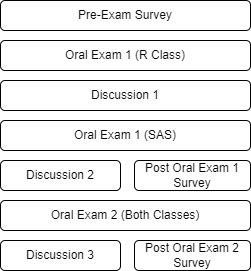
mjferrell94/Oral-Exam-Project- keeps this draw.io diagram as Oral_Exam_Flow_Chart.drawio.png. Above is the earlier version. Source tidied: cells renumbered, new cells last; positions are measured from the earlier drawing's top-left corner, leaving out a move shared by most shapes.
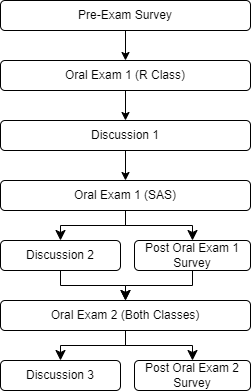
Above is the later version.

The edit, as a diff of the source:
```diff
@@ -3,31 +3,58 @@
     <mxCell id="0" />
     <mxCell id="1" parent="0" />
     <mxCell id="2" value="Pre-Exam Survey" style="rounded=1;whiteSpace=wrap;html=1;" parent="1" vertex="1">
-      <mxGeometry width="250" height="30" as="geometry" />
+      <mxGeometry y="-30" width="250" height="30" as="geometry" />
     </mxCell>
     <mxCell id="3" value="Discussion 1" style="rounded=1;whiteSpace=wrap;html=1;" parent="1" vertex="1">
-      <mxGeometry y="80" width="250" height="30" as="geometry" />
+      <mxGeometry y="90" width="250" height="30" as="geometry" />
     </mxCell>
     <mxCell id="4" value="Oral Exam 1 (SAS)" style="rounded=1;whiteSpace=wrap;html=1;" parent="1" vertex="1">
-      <mxGeometry y="120" width="250" height="30" as="geometry" />
+      <mxGeometry y="150" width="250" height="30" as="geometry" />
     </mxCell>
     <mxCell id="5" value="Oral Exam 1 (R Class)" style="rounded=1;whiteSpace=wrap;html=1;" parent="1" vertex="1">
-      <mxGeometry y="40" width="250" height="30" as="geometry" />
+      <mxGeometry y="30" width="250" height="30" as="geometry" />
     </mxCell>
     <mxCell id="6" value="Post Oral Exam 1 Survey" style="rounded=1;whiteSpace=wrap;html=1;" parent="1" vertex="1">
-      <mxGeometry x="134" y="160" width="116" height="30" as="geometry" />
+      <mxGeometry x="134" y="210" width="116" height="30" as="geometry" />
     </mxCell>
     <mxCell id="7" value="Discussion 2" style="rounded=1;whiteSpace=wrap;html=1;" parent="1" vertex="1">
-      <mxGeometry y="160" width="120" height="30" as="geometry" />
+      <mxGeometry y="210" width="120" height="30" as="geometry" />
     </mxCell>
     <mxCell id="8" value="Oral Exam 2 (Both Classes)" style="rounded=1;whiteSpace=wrap;html=1;" parent="1" vertex="1">
-      <mxGeometry y="200" width="250" height="30" as="geometry" />
+      <mxGeometry y="270" width="250" height="30" as="geometry" />
     </mxCell>
     <mxCell id="9" value="Discussion 3" style="rounded=1;whiteSpace=wrap;html=1;" parent="1" vertex="1">
-      <mxGeometry y="240" width="120" height="30" as="geometry" />
+      <mxGeometry y="330" width="120" height="30" as="geometry" />
     </mxCell>
+    <mxCell id="11" style="endArrow=classic;html=1;rounded=0;exitX=0.5;exitY=1;exitDx=0;exitDy=0;" parent="1" edge="1" source="2" target="5">
+      <mxGeometry relative="1" as="geometry" />
+    </mxCell>
+    <mxCell id="12" style="endArrow=classic;html=1;rounded=0;exitX=0.5;exitY=1;exitDx=0;exitDy=0;entryX=0.5;entryY=0;entryDx=0;entryDy=0;" parent="1" edge="1" source="5" target="3">
+      <mxGeometry relative="1" as="geometry" />
+    </mxCell>
+    <mxCell id="13" style="endArrow=classic;html=1;rounded=0;entryX=0.5;entryY=0;entryDx=0;entryDy=0;" parent="1" edge="1" source="3" target="4">
+      <mxGeometry relative="1" as="geometry" />
+    </mxCell>
+    <mxCell id="14" style="edgeStyle=elbowEdgeStyle;elbow=vertical;endArrow=classic;html=1;curved=0;rounded=0;endSize=8;startSize=8;exitX=0.5;exitY=1;exitDx=0;exitDy=0;entryX=0.5;entryY=0;entryDx=0;entryDy=0;" parent="1" edge="1" source="4" target="7">
+      <mxGeometry relative="1" as="geometry" />
+    </mxCell>
+    <mxCell id="15" style="edgeStyle=elbowEdgeStyle;elbow=vertical;endArrow=classic;html=1;curved=0;rounded=0;endSize=8;startSize=8;exitX=0.5;exitY=1;exitDx=0;exitDy=0;entryX=0.5;entryY=0;entryDx=0;entryDy=0;" parent="1" edge="1" source="4" target="6">
+      <mxGeometry relative="1" as="geometry" />
+    </mxCell>
+    <mxCell id="16" style="edgeStyle=elbowEdgeStyle;elbow=vertical;endArrow=classic;html=1;curved=0;rounded=0;endSize=8;startSize=8;exitX=0.5;exitY=1;exitDx=0;exitDy=0;entryX=0.5;entryY=0;entryDx=0;entryDy=0;" parent="1" edge="1" source="7" target="8">
+      <mxGeometry relative="1" as="geometry" />
+    </mxCell>
+    <mxCell id="17" style="edgeStyle=elbowEdgeStyle;elbow=vertical;endArrow=classic;html=1;curved=0;rounded=0;endSize=8;startSize=8;exitX=0.5;exitY=1;exitDx=0;exitDy=0;entryX=0.5;entryY=0;entryDx=0;entryDy=0;" parent="1" edge="1" source="6" target="8">
+      <mxGeometry relative="1" as="geometry" />
+    </mxCell>
+    <mxCell id="18" style="edgeStyle=elbowEdgeStyle;elbow=vertical;endArrow=classic;html=1;curved=0;rounded=0;endSize=8;startSize=8;entryX=0.5;entryY=0;entryDx=0;entryDy=0;exitX=0.5;exitY=1;exitDx=0;exitDy=0;" parent="1" edge="1" source="8" target="9">
+      <mxGeometry relative="1" as="geometry" />
+    </mxCell>
+    <mxCell id="19" style="edgeStyle=elbowEdgeStyle;elbow=vertical;endArrow=classic;html=1;curved=0;rounded=0;endSize=8;startSize=8;entryX=0.5;entryY=0;entryDx=0;entryDy=0;exitX=0.5;exitY=1;exitDx=0;exitDy=0;" parent="1" edge="1" source="8" target="10">
+      <mxGeometry relative="1" as="geometry" />
+    </mxCell>
     <mxCell id="10" value="Post Oral Exam 2 Survey" style="rounded=1;whiteSpace=wrap;html=1;" parent="1" vertex="1">
-      <mxGeometry x="134" y="240" width="116" height="30" as="geometry" />
+      <mxGeometry x="134" y="330" width="116" height="30" as="geometry" />
     </mxCell>
   </root>
 </mxGraphModel>
```
